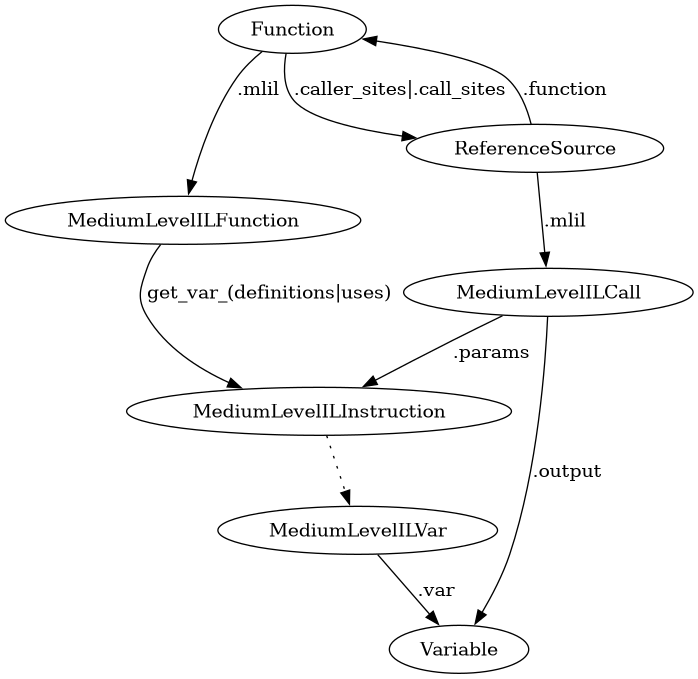
Above: mlil.png in RioKato/binja-cheatsheet (Graphviz), before the change. Its source is kept beside it as mlil.gv.
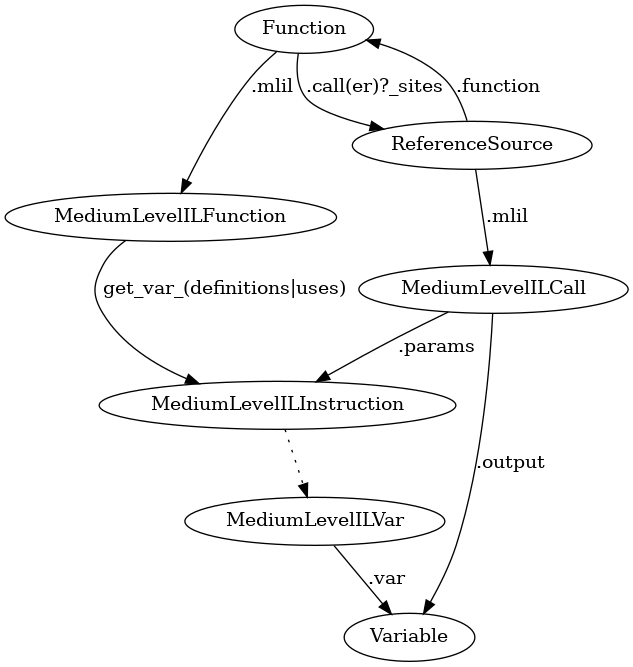
After the commit.

The edit, as a diff of the source:
```diff
@@ -1,7 +1,7 @@
 digraph {
   Function -> MediumLevelILFunction [label=".mlil"];
   MediumLevelILFunction -> MediumLevelILInstruction [label="get_var_(definitions|uses)"];
-  Function -> ReferenceSource [label = ".caller_sites|.call_sites"];
+  Function -> ReferenceSource [label = ".call(er)?_sites"];
   ReferenceSource -> Function [label = ".function"];
   ReferenceSource -> MediumLevelILCall [label = ".mlil"];
   MediumLevelILCall -> MediumLevelILInstruction [label = ".params"];
```
